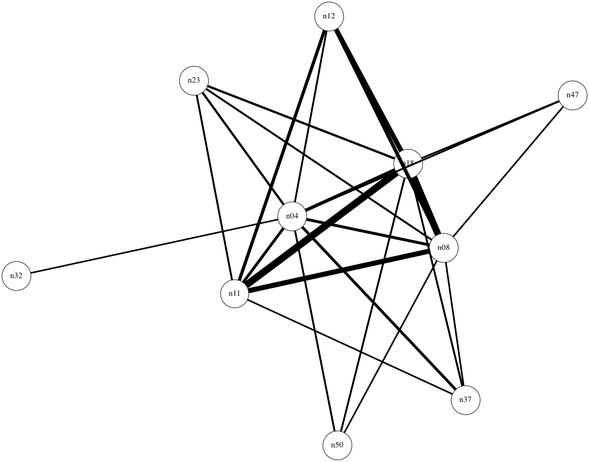
Before: program/sales/Graph.gv.png, a diagram exported from Graphviz (eiskry/info_vis). Its source is kept beside it as program/sales/Graph.gv.
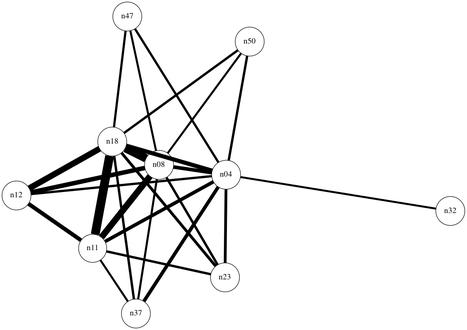
Above is the later version.

What changed in the source:
```diff
@@ -1,28 +1,28 @@
 graph {
 	node [coler=black fontsize=16 shape=circle width=0.02]
-	n04 -- n08 [len=6 penwidth=5.75]
-	n04 -- n11 [len=6 penwidth=5.6]
-	n04 -- n12 [len=6 penwidth=3.66]
-	n04 -- n18 [len=6 penwidth=6.63]
-	n04 -- n23 [len=6 penwidth=4.46]
-	n04 -- n32 [len=6 penwidth=3.12]
-	n04 -- n47 [len=6 penwidth=3.6]
-	n04 -- n50 [len=6 penwidth=3.78]
-	n08 -- n11 [len=6 penwidth=10.06]
-	n08 -- n12 [len=6 penwidth=7.18]
-	n08 -- n18 [len=6 penwidth=13.41]
-	n08 -- n23 [len=6 penwidth=3.88]
-	n08 -- n47 [len=6 penwidth=3.27]
-	n08 -- n50 [len=6 penwidth=3.23]
-	n11 -- n12 [len=6 penwidth=6.44]
-	n18 -- n11 [len=6 penwidth=14.06]
-	n18 -- n12 [len=6 penwidth=9.6]
-	n18 -- n47 [len=6 penwidth=3.54]
-	n18 -- n50 [len=6 penwidth=3.74]
-	n23 -- n11 [len=6 penwidth=3.79]
-	n23 -- n18 [len=6 penwidth=4.54]
-	n37 -- n04 [len=6 penwidth=5.58]
-	n37 -- n08 [len=6 penwidth=3.32]
-	n37 -- n11 [len=6 penwidth=3.24]
-	n37 -- n18 [len=6 penwidth=3.83]
+	n04 -- n08 [penwidth=7.1875]
+	n04 -- n11 [penwidth=7.0]
+	n04 -- n12 [penwidth=4.575]
+	n04 -- n18 [penwidth=8.2875]
+	n04 -- n23 [penwidth=5.575]
+	n04 -- n32 [penwidth=3.9]
+	n04 -- n47 [penwidth=4.5]
+	n04 -- n50 [penwidth=4.725]
+	n08 -- n11 [penwidth=12.575]
+	n08 -- n12 [penwidth=8.975]
+	n08 -- n18 [penwidth=16.7625]
+	n08 -- n23 [penwidth=4.85]
+	n08 -- n47 [penwidth=4.0875]
+	n08 -- n50 [penwidth=4.0375]
+	n11 -- n12 [penwidth=8.05]
+	n18 -- n11 [penwidth=17.575]
+	n18 -- n12 [penwidth=12.0]
+	n18 -- n47 [penwidth=4.425]
+	n18 -- n50 [penwidth=4.675]
+	n23 -- n11 [penwidth=4.7375]
+	n23 -- n18 [penwidth=5.675]
+	n37 -- n04 [penwidth=6.975]
+	n37 -- n08 [penwidth=4.15]
+	n37 -- n11 [penwidth=4.05]
+	n37 -- n18 [penwidth=4.7875]
 }
```
